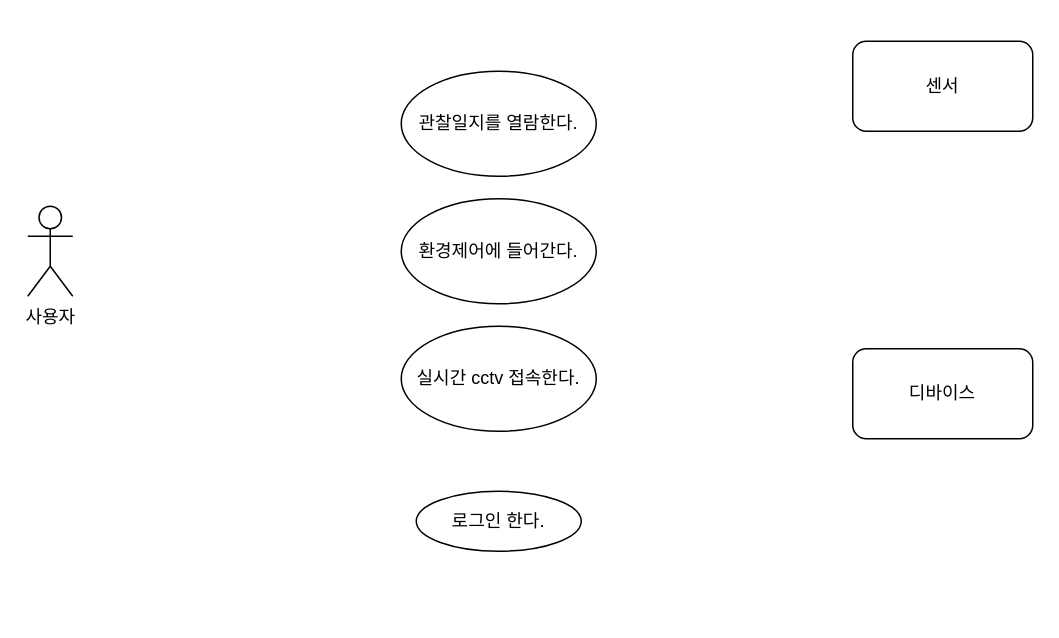
The draw.io diagram 4주차/유스케이스.drawio in sonmyungwon/Software-Development, before the edit. Source tidied: cells renumbered, new cells numbered last; positions are measured from the earlier drawing's top-left corner, leaving out a move shared by most shapes. Both pictures are drawn from the tidied source at 150%, with x=0, y=0 at pixel (27, 40).
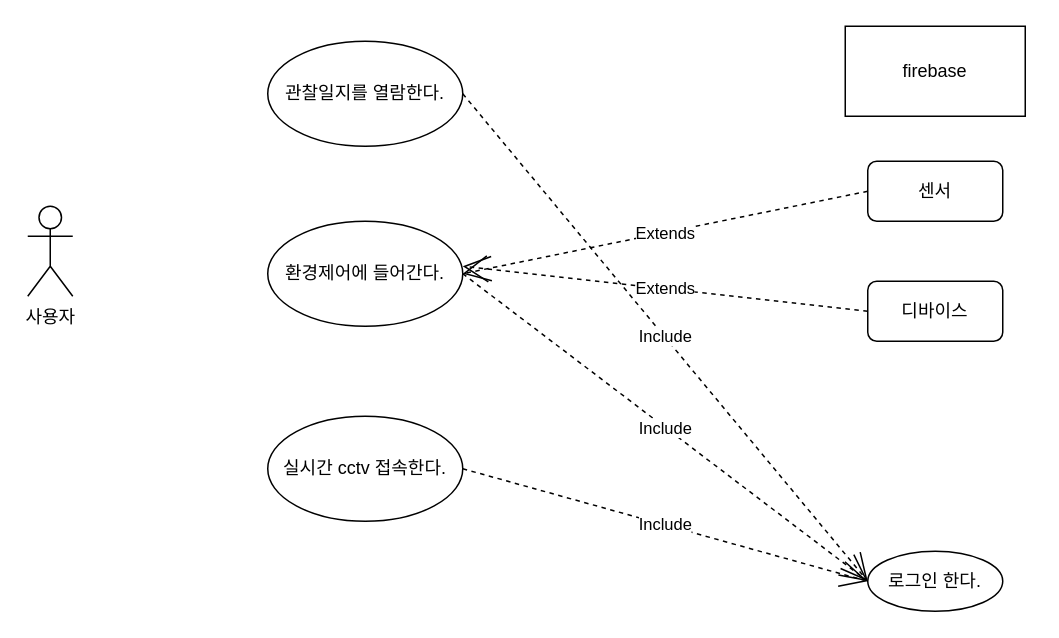
The same page after the edit.

Commit message:
유스케이스.drawio 업데이트

Change to the diagram source:
```diff
@@
 <mxGraphModel>
   <root>
     <mxCell id="0" />
     <mxCell id="1" parent="0" />
     <mxCell id="2" value="사용자" style="shape=umlActor;verticalLabelPosition=bottom;verticalAlign=top;html=1;" parent="1" vertex="1">
       <mxGeometry y="110" width="30" height="60" as="geometry" />
     </mxCell>
     <mxCell id="3" value="센서" style="rounded=1;whiteSpace=wrap;html=1;" parent="1" vertex="1">
-      <mxGeometry x="550" width="120" height="60" as="geometry" />
+      <mxGeometry x="560" y="80" width="90" height="40" as="geometry" />
     </mxCell>
     <mxCell id="4" value="디바이스" style="rounded=1;whiteSpace=wrap;html=1;" parent="1" vertex="1">
-      <mxGeometry x="550" y="205" width="120" height="60" as="geometry" />
+      <mxGeometry x="560" y="160" width="90" height="40" as="geometry" />
     </mxCell>
     <mxCell id="5" value="관찰일지를 열람한다." style="ellipse;whiteSpace=wrap;html=1;" parent="1" vertex="1">
-      <mxGeometry x="249" y="20" width="130" height="70" as="geometry" />
+      <mxGeometry x="160" width="130" height="70" as="geometry" />
     </mxCell>
     <mxCell id="6" value="로그인 한다." style="ellipse;whiteSpace=wrap;html=1;" parent="1" vertex="1">
-      <mxGeometry x="259" y="300" width="110" height="40" as="geometry" />
+      <mxGeometry x="560" y="340" width="90" height="40" as="geometry" />
     </mxCell>
     <mxCell id="7" value="환경제어에 들어간다." style="ellipse;whiteSpace=wrap;html=1;" parent="1" vertex="1">
-      <mxGeometry x="249" y="105" width="130" height="70" as="geometry" />
+      <mxGeometry x="160" y="120" width="130" height="70" as="geometry" />
     </mxCell>
     <mxCell id="8" value="실시간 cctv 접속한다." style="ellipse;whiteSpace=wrap;html=1;" parent="1" vertex="1">
-      <mxGeometry x="249" y="190" width="130" height="70" as="geometry" />
+      <mxGeometry x="160" y="250" width="130" height="70" as="geometry" />
     </mxCell>
+    <mxCell id="9" value="Extends" style="endArrow=open;endSize=16;endFill=0;html=1;rounded=0;dashed=1;exitX=0;exitY=0.5;exitDx=0;exitDy=0;" parent="1" edge="1" source="3">
+      <mxGeometry relative="1" as="geometry">
+        <mxPoint x="290" y="155" as="targetPoint" />
+      </mxGeometry>
+    </mxCell>
+    <mxCell id="10" value="Extends" style="endArrow=open;endSize=16;endFill=0;html=1;rounded=0;exitX=0;exitY=0.5;exitDx=0;exitDy=0;dashed=1;" parent="1" edge="1" source="4">
+      <mxGeometry relative="1" as="geometry">
+        <mxPoint x="290" y="150" as="targetPoint" />
+      </mxGeometry>
+    </mxCell>
+    <mxCell id="11" value="Include" style="endArrow=open;endSize=16;endFill=0;html=1;rounded=0;exitX=1;exitY=0.5;exitDx=0;exitDy=0;dashed=1;" parent="1" edge="1" source="7">
+      <mxGeometry relative="1" as="geometry">
+        <mxPoint x="560" y="360" as="targetPoint" />
+      </mxGeometry>
+    </mxCell>
+    <mxCell id="12" value="firebase" style="rounded=0;whiteSpace=wrap;html=1;" parent="1" vertex="1">
+      <mxGeometry x="545" y="-10" width="120" height="60" as="geometry" />
+    </mxCell>
+    <mxCell id="13" value="Include" style="endArrow=open;endSize=16;endFill=0;html=1;rounded=0;dashed=1;exitX=1;exitY=0.5;exitDx=0;exitDy=0;" parent="1" edge="1" source="8">
+      <mxGeometry relative="1" as="geometry">
+        <mxPoint x="560" y="360" as="targetPoint" />
+      </mxGeometry>
+    </mxCell>
+    <mxCell id="14" value="Include" style="endArrow=open;endSize=16;endFill=0;html=1;rounded=0;exitX=1;exitY=0.5;exitDx=0;exitDy=0;dashed=1;entryX=0;entryY=0.5;entryDx=0;entryDy=0;" parent="1" edge="1" source="5" target="6">
+      <mxGeometry relative="1" as="geometry" />
+    </mxCell>
   </root>
 </mxGraphModel>
```
